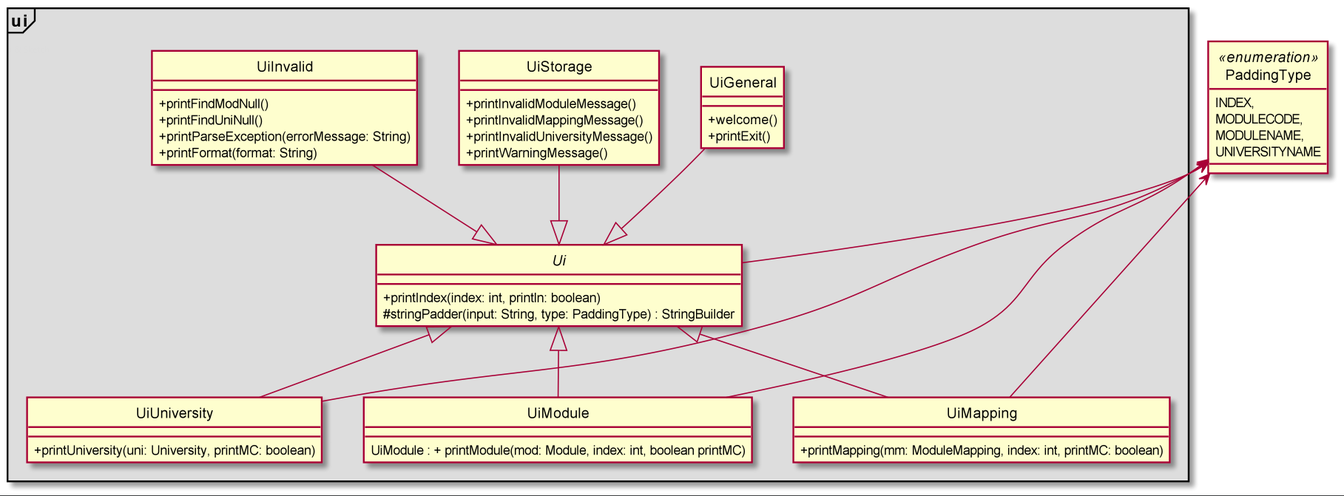
This is docs/images/ui.png from nus-cs2113-AY2122S1/tp, a PlantUML export, as it was before one commit. Its source is kept beside it as docs/umls/ui.puml. The source it was exported from:
```plantuml
@startuml
hide circle
skinparam classAttributeIconSize 0
skinparam groupInheritance 1
skinparam maxLength 128

package "ui" <<Frame>> #DDDDDD {
    abstract class Ui {
    + printIndex(index: int, println: boolean)
    # stringPadder(input: String, type: PaddingType) : StringBuilder
    }

    class UiModule extends Ui{
    UiModule : + printModule(mod: Module, index: int, boolean printMC)
    }

    class UiMapping extends Ui {
    + printMapping(mm: ModuleMapping, index: int, printMC: boolean)
    }

    class UiUniversity extends Ui {
    + printUniversity(uni: University, printMC: boolean)
    }

UiInvalid --|> Ui
    class UiInvalid {
    + printFindModNull()
    + printFindUniNull()
    + printParseException(errorMessage: String)
    + printFormat(format: String)
    }

UiGeneral --|> Ui
    class UiGeneral {
    + welcome()
    + printExit()
    }

UiStorage --|> Ui
    class UiStorage {
    + printInvalidModuleMessage()
    + printInvalidMappingMessage()
    + printInvalidUniversityMessage()
    + printWarningMessage()
    }
}

PaddingType <-- Ui
PaddingType <-- UiModule
PaddingType <-- UiMapping
PaddingType <-- UiUniversity
enum PaddingType <<enumeration>> {
    INDEX,
    MODULECODE,
    MODULENAME,
    UNIVERSITYNAME
}

@enduml
```
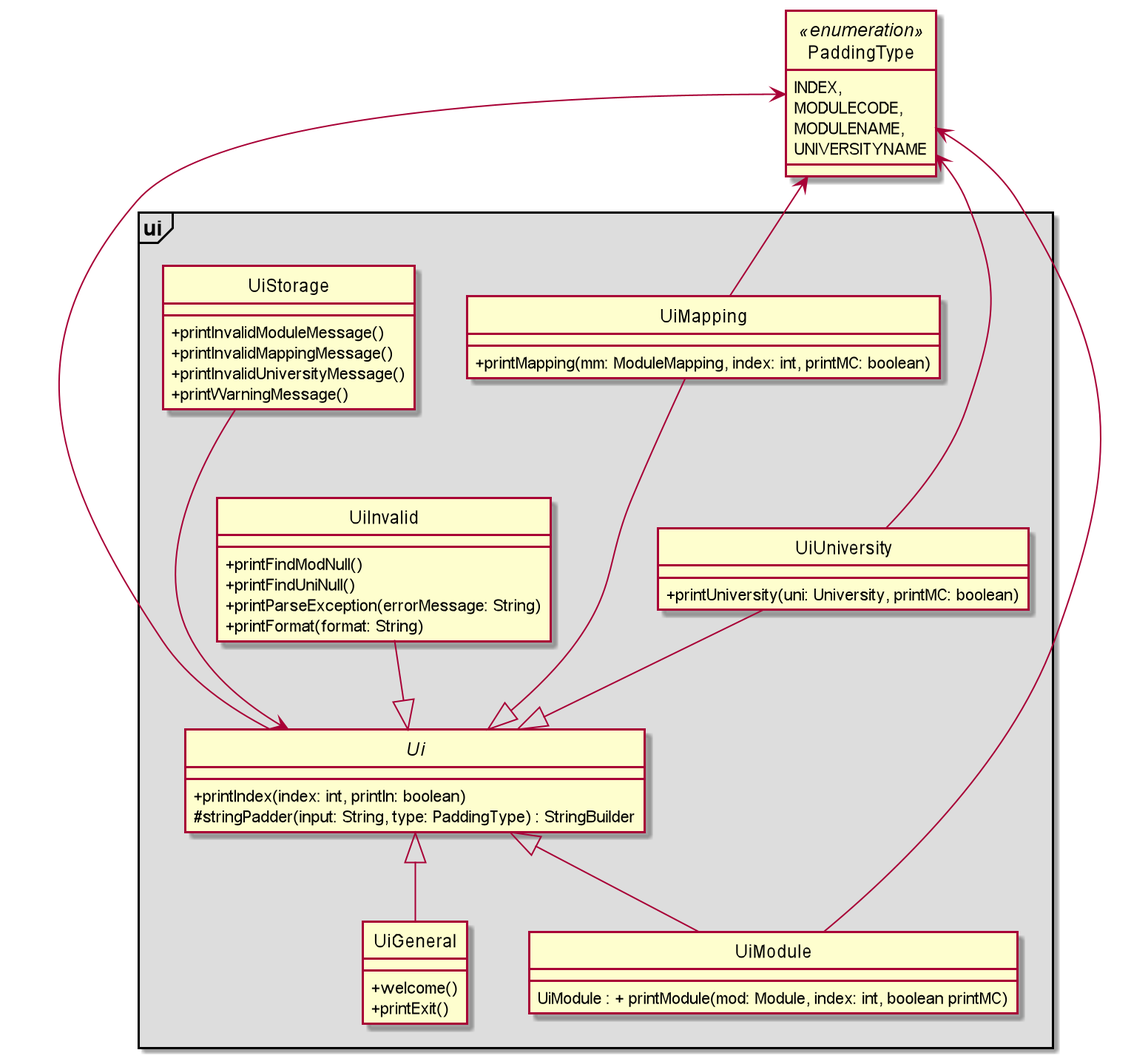
The same diagram one commit later.

Commit message:
change ui uml layout

Diff of the diagram source:
```diff
@@ -14,11 +14,13 @@
     UiModule : + printModule(mod: Module, index: int, boolean printMC)
     }
 
-    class UiMapping extends Ui {
+UiMapping ---|> Ui
+    class UiMapping {
     + printMapping(mm: ModuleMapping, index: int, printMC: boolean)
     }
 
-    class UiUniversity extends Ui {
+UiUniversity --|> Ui
+    class UiUniversity{
     + printUniversity(uni: University, printMC: boolean)
     }
 
@@ -30,13 +32,12 @@
     + printFormat(format: String)
     }
 
-UiGeneral --|> Ui
-    class UiGeneral {
+    class UiGeneral extends Ui{
     + welcome()
     + printExit()
     }
 
-UiStorage --|> Ui
+UiStorage ---> Ui
     class UiStorage {
     + printInvalidModuleMessage()
     + printInvalidMappingMessage()
```
